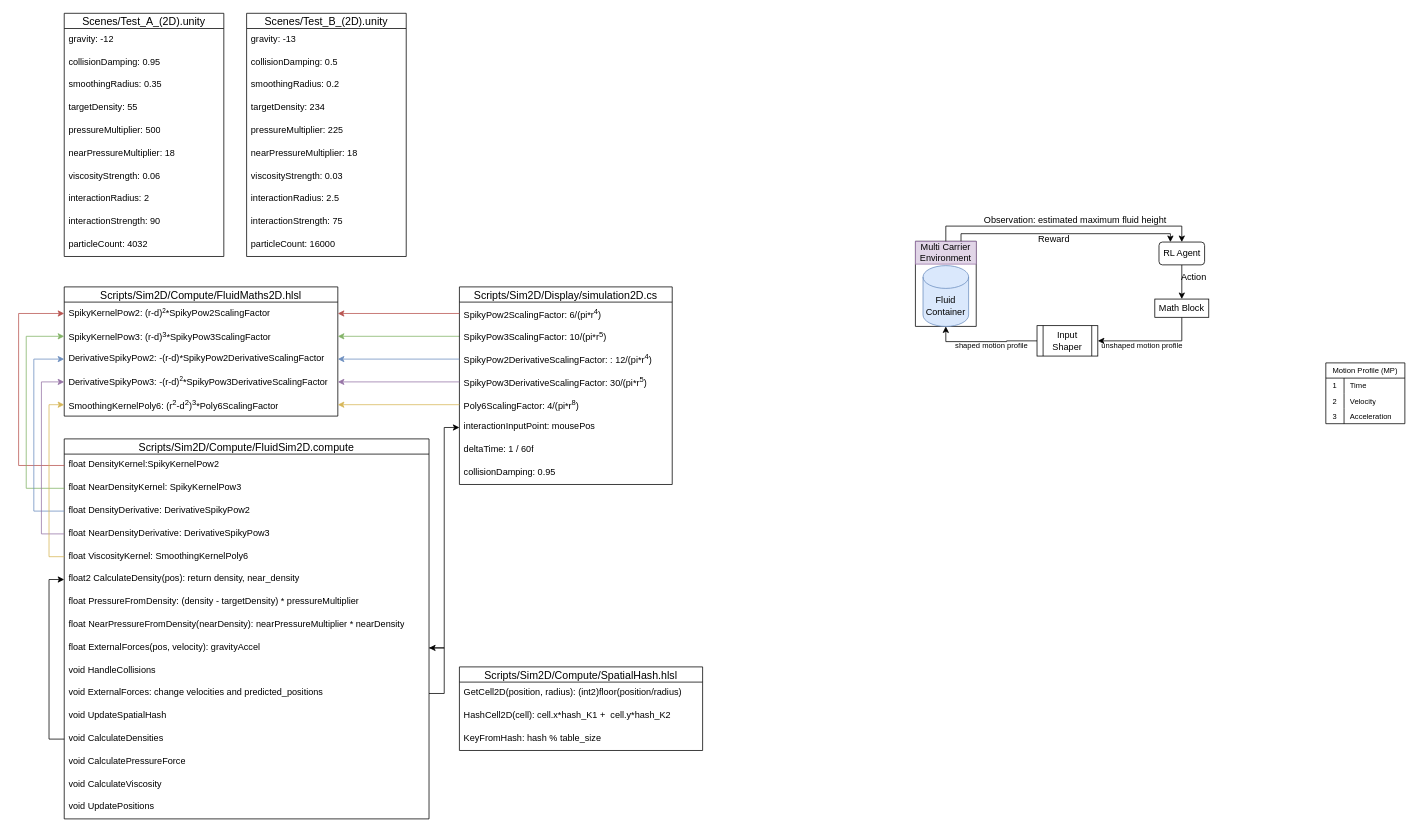
Earlier version of the draw.io diagram Fluid-Sim.drawio (RiemannLee19/UMLs). Source tidied: cells renumbered, new cells numbered last; positions are measured from the earlier drawing's top-left corner, leaving out a move shared by most shapes. Both pictures are drawn from the tidied source at 76%, with x=0, y=0 at pixel (18, 13).
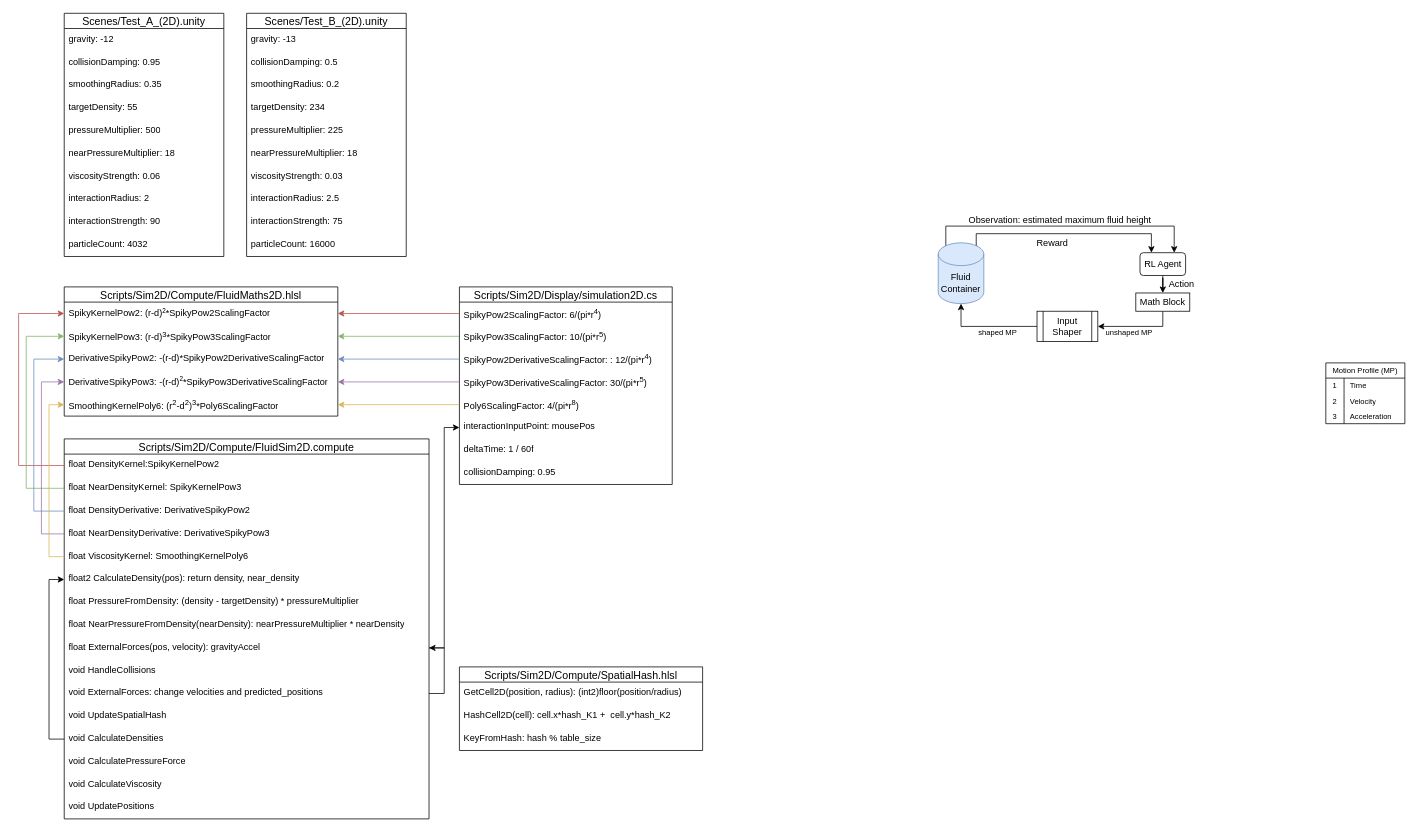
Above is the later version.

Change to the diagram source:
```diff
@@
-    <mxCell id="73" style="swimlane;startSize=0;" parent="1" vertex="1">
-      <mxGeometry x="1180" y="300" width="80" height="112" as="geometry" />
-    </mxCell>
-    <mxCell id="74" value="Fluid Container" style="shape=cylinder3;whiteSpace=wrap;html=1;boundedLbl=1;backgroundOutline=1;size=15;fillColor=#dae8fc;strokeColor=#6c8ebf;" parent="73" vertex="1">
-      <mxGeometry x="10" y="32" width="60" height="80" as="geometry" />
-    </mxCell>
-    <mxCell id="75" value="Multi Carrier Environment" style="rounded=0;whiteSpace=wrap;html=1;fillColor=#e1d5e7;strokeColor=#9673a6;" parent="73" vertex="1">
-      <mxGeometry width="80" height="30" as="geometry" />
-    </mxCell>
@@
     <mxCell id="77" value="RL Agent" style="rounded=1;whiteSpace=wrap;html=1;" parent="1" vertex="1">
-      <mxGeometry x="1500.5" y="301" width="60" height="30" as="geometry" />
+      <mxGeometry x="1475.5" y="315" width="60" height="30" as="geometry" />
     </mxCell>
-    <mxCell id="78" style="edgeStyle=orthogonalEdgeStyle;rounded=0;jettySize=auto;html=1;entryX=0.5;entryY=1;entryDx=0;entryDy=0;" parent="1" edge="1" source="79" target="73">
+    <mxCell id="78" style="edgeStyle=orthogonalEdgeStyle;rounded=0;jettySize=auto;html=1;entryX=0.5;entryY=1;entryDx=0;entryDy=0;exitX=0;exitY=0.5;exitDx=0;exitDy=0;entryPerimeter=0;" parent="1" edge="1" source="79" target="74">
       <mxGeometry relative="1" as="geometry" />
     </mxCell>
     <mxCell id="79" value="Input Shaper" style="shape=process;whiteSpace=wrap;html=1;backgroundOutline=1;" parent="1" vertex="1">
-      <mxGeometry x="1340" y="411" width="80" height="40" as="geometry" />
+      <mxGeometry x="1340" y="392" width="80" height="40" as="geometry" />
     </mxCell>
-    <mxCell id="80" value="&lt;font style=&quot;font-size: 10px;&quot;&gt;unshaped motion profile&lt;/font&gt;" style="text;html=1;align=center;verticalAlign=middle;strokeColor=none;fillColor=none;" parent="1" vertex="1">
-      <mxGeometry x="1413" y="422" width="130" height="30" as="geometry" />
+    <mxCell id="80" value="&lt;font style=&quot;font-size: 10px;&quot;&gt;unshaped MP&lt;/font&gt;" style="text;html=1;align=center;verticalAlign=middle;strokeColor=none;fillColor=none;" parent="1" vertex="1">
+      <mxGeometry x="1416" y="405" width="90" height="30" as="geometry" />
     </mxCell>
-    <mxCell id="81" value="&lt;font style=&quot;font-size: 10px;&quot;&gt;shaped motion profile&lt;/font&gt;" style="text;html=1;align=center;verticalAlign=middle;strokeColor=none;fillColor=none;" parent="1" vertex="1">
-      <mxGeometry x="1220" y="422" width="120" height="30" as="geometry" />
+    <mxCell id="81" value="&lt;font style=&quot;font-size: 10px;&quot;&gt;shaped MP&lt;/font&gt;" style="text;html=1;align=center;verticalAlign=middle;strokeColor=none;fillColor=none;" parent="1" vertex="1">
+      <mxGeometry x="1253" y="405" width="70" height="30" as="geometry" />
     </mxCell>
     <mxCell id="82" value="Action" style="text;html=1;align=center;verticalAlign=middle;strokeColor=none;fillColor=none;fontSize=12;" parent="1" vertex="1">
-      <mxGeometry x="1516" y="332" width="60" height="30" as="geometry" />
+      <mxGeometry x="1500" y="341" width="60" height="30" as="geometry" />
     </mxCell>
     <mxCell id="83" value="Observation: estimated maximum fluid height" style="text;html=1;align=center;verticalAlign=middle;strokeColor=none;fillColor=none;" parent="1" vertex="1">
-      <mxGeometry x="1260" y="258" width="260" height="30" as="geometry" />
+      <mxGeometry x="1240" y="258" width="260" height="30" as="geometry" />
     </mxCell>
     <mxCell id="84" value="Reward" style="text;html=1;align=center;verticalAlign=middle;strokeColor=none;fillColor=none;" parent="1" vertex="1">
-      <mxGeometry x="1332" y="283" width="60" height="30" as="geometry" />
+      <mxGeometry x="1330" y="288" width="60" height="30" as="geometry" />
     </mxCell>
@@
-    <mxCell id="95" style="edgeStyle=orthogonalEdgeStyle;rounded=0;jettySize=auto;html=1;exitX=0.5;exitY=0;exitDx=0;exitDy=0;entryX=0.5;entryY=0;entryDx=0;entryDy=0;" parent="1" edge="1" source="75" target="77">
+    <mxCell id="95" style="edgeStyle=orthogonalEdgeStyle;rounded=0;jettySize=auto;html=1;exitX=0.145;exitY=0;exitDx=0;exitDy=4.35;exitPerimeter=0;entryX=0.75;entryY=0;entryDx=0;entryDy=0;" parent="1" edge="1" source="74" target="77">
       <mxGeometry relative="1" as="geometry">
         <Array as="points">
+          <mxPoint x="1219" y="324" />
+          <mxPoint x="1220" y="324" />
           <mxPoint x="1220" y="280" />
-          <mxPoint x="1530" y="280" />
+          <mxPoint x="1520" y="280" />
+          <mxPoint x="1520" y="315" />
         </Array>
       </mxGeometry>
     </mxCell>
@@
     <mxCell id="97" value="Math Block" style="html=1;whiteSpace=wrap;" parent="1" vertex="1">
-      <mxGeometry x="1495" y="376" width="71" height="24" as="geometry" />
+      <mxGeometry x="1470" y="368" width="71" height="24" as="geometry" />
     </mxCell>
-    <mxCell id="98" style="edgeStyle=orthogonalEdgeStyle;rounded=0;jettySize=auto;html=1;exitX=0.75;exitY=0;exitDx=0;exitDy=0;entryX=0.25;entryY=0;entryDx=0;entryDy=0;" parent="1" edge="1" source="75" target="77">
+    <mxCell id="98" style="edgeStyle=orthogonalEdgeStyle;rounded=0;jettySize=auto;html=1;exitX=0.855;exitY=0;exitDx=0;exitDy=4.35;entryX=0.25;entryY=0;entryDx=0;entryDy=0;exitPerimeter=0;" parent="1" edge="1" source="74" target="77">
       <mxGeometry relative="1" as="geometry">
         <Array as="points">
-          <mxPoint x="1240" y="290" />
-          <mxPoint x="1516" y="290" />
+          <mxPoint x="1260" y="324" />
+          <mxPoint x="1260" y="290" />
+          <mxPoint x="1490" y="290" />
+          <mxPoint x="1490" y="315" />
         </Array>
       </mxGeometry>
     </mxCell>
+    <mxCell id="74" value="Fluid Container" style="shape=cylinder3;whiteSpace=wrap;html=1;boundedLbl=1;backgroundOutline=1;size=15;fillColor=#dae8fc;strokeColor=#6c8ebf;" parent="1" vertex="1">
+      <mxGeometry x="1210" y="302" width="60" height="80" as="geometry" />
+    </mxCell>
```
